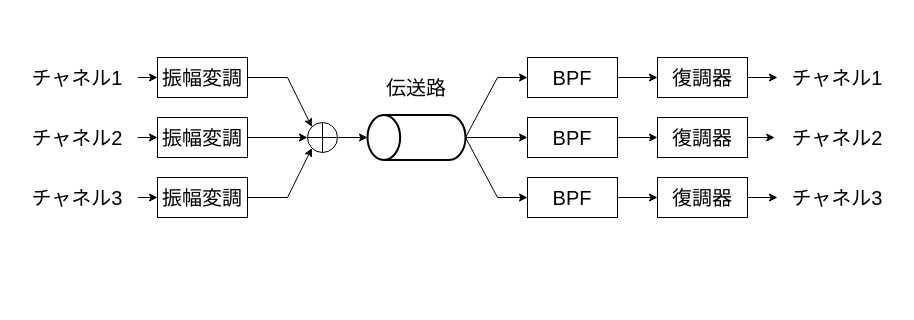
Before: docs/final-slide/assets/一次変調にAMを用いたときのFDMのブロック図.drawio in yudai0804/sotsuken, a draw.io diagram. Source tidied: cells renumbered, new cells numbered last; positions are measured from the earlier drawing's top-left corner, leaving out a move shared by most shapes. Both pictures are drawn from the tidied source at 100%, with x=0, y=0 at pixel (17, 57).
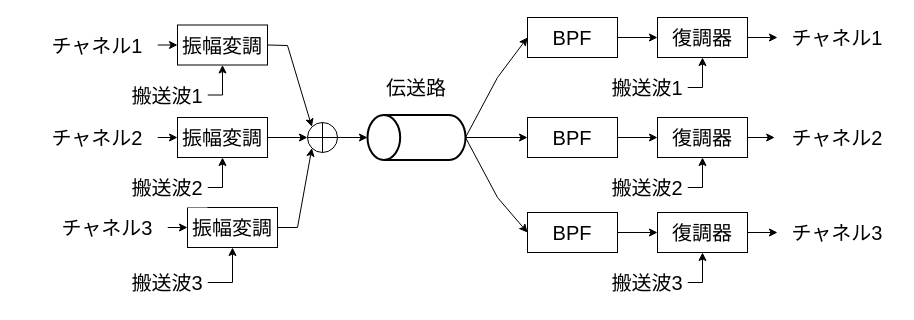
The same diagram, later.

Unchanged cells that the change refers to:
```xml
<mxCell id="13" style="shape=orEllipse;perimeter=ellipsePerimeter;whiteSpace=wrap;html=1;backgroundOutline=1;" parent="1" vertex="1">
  <mxGeometry x="290" y="65" width="30" height="30" as="geometry" />
</mxCell>
<mxCell id="26" value="&lt;span style=&quot;font-size: 20px;&quot;&gt;復調器&lt;/span&gt;" style="rounded=0;whiteSpace=wrap;html=1;strokeColor=default;" parent="1" vertex="1">
  <mxGeometry x="640" y="60" width="90" height="40" as="geometry" />
</mxCell>
```

The edit, as a diff of the source:
```diff
@@
     <mxCell id="3" value="&lt;font style=&quot;font-size: 20px;&quot;&gt;チャネル1&lt;/font&gt;" style="rounded=0;whiteSpace=wrap;html=1;strokeColor=none;" parent="1" vertex="1">
-      <mxGeometry width="120" height="40" as="geometry" />
+      <mxGeometry x="20" y="-32.5" width="120" height="40" as="geometry" />
     </mxCell>
@@
     <mxCell id="5" value="&lt;font style=&quot;font-size: 20px;&quot;&gt;チャネル2&lt;/font&gt;" style="rounded=0;whiteSpace=wrap;html=1;strokeColor=none;" parent="1" vertex="1">
-      <mxGeometry y="60" width="120" height="40" as="geometry" />
+      <mxGeometry x="20" y="60" width="120" height="40" as="geometry" />
     </mxCell>
@@
     <mxCell id="7" value="&lt;font style=&quot;font-size: 20px;&quot;&gt;チャネル3&lt;/font&gt;" style="rounded=0;whiteSpace=wrap;html=1;strokeColor=none;" parent="1" vertex="1">
-      <mxGeometry y="120" width="120" height="40" as="geometry" />
+      <mxGeometry x="30" y="150" width="120" height="40" as="geometry" />
     </mxCell>
     <mxCell id="8" style="rounded=0;jettySize=auto;html=1;exitX=1;exitY=0.5;exitDx=0;exitDy=0;entryX=0;entryY=0;entryDx=0;entryDy=0;" parent="1" edge="1" source="9" target="13">
       <mxGeometry relative="1" as="geometry">
         <Array as="points">
-          <mxPoint x="270" y="20" />
+          <mxPoint x="270" y="-12" />
         </Array>
       </mxGeometry>
     </mxCell>
     <mxCell id="9" value="&lt;span style=&quot;font-size: 20px;&quot;&gt;振幅変調&lt;/span&gt;" style="rounded=0;whiteSpace=wrap;html=1;strokeColor=default;" parent="1" vertex="1">
-      <mxGeometry x="140" width="90" height="40" as="geometry" />
+      <mxGeometry x="160" y="-32.5" width="90" height="40" as="geometry" />
     </mxCell>
     <mxCell id="10" value="&lt;span style=&quot;font-size: 20px;&quot;&gt;振幅変調&lt;/span&gt;" style="rounded=0;whiteSpace=wrap;html=1;strokeColor=default;" parent="1" vertex="1">
-      <mxGeometry x="140" y="60" width="90" height="40" as="geometry" />
+      <mxGeometry x="160" y="60" width="90" height="40" as="geometry" />
     </mxCell>
     <mxCell id="11" style="rounded=0;jettySize=auto;html=1;exitX=1;exitY=0.5;exitDx=0;exitDy=0;entryX=0;entryY=1;entryDx=0;entryDy=0;" parent="1" edge="1" source="12" target="13">
       <mxGeometry relative="1" as="geometry">
         <Array as="points">
-          <mxPoint x="270" y="140" />
+          <mxPoint x="280" y="170" />
         </Array>
       </mxGeometry>
     </mxCell>
     <mxCell id="12" value="&lt;span style=&quot;font-size: 20px;&quot;&gt;振幅変調&lt;/span&gt;" style="rounded=0;whiteSpace=wrap;html=1;strokeColor=default;" parent="1" vertex="1">
-      <mxGeometry x="140" y="120" width="90" height="40" as="geometry" />
+      <mxGeometry x="170" y="150" width="90" height="40" as="geometry" />
     </mxCell>
@@
     <mxCell id="18" value="&lt;span style=&quot;font-size: 20px;&quot;&gt;BPF&lt;/span&gt;" style="rounded=0;whiteSpace=wrap;html=1;strokeColor=default;" parent="1" vertex="1">
-      <mxGeometry x="510" width="90" height="40" as="geometry" />
+      <mxGeometry x="510" y="-40" width="90" height="40" as="geometry" />
     </mxCell>
@@
     <mxCell id="22" value="&lt;span style=&quot;font-size: 20px;&quot;&gt;BPF&lt;/span&gt;" style="rounded=0;whiteSpace=wrap;html=1;strokeColor=default;" parent="1" vertex="1">
-      <mxGeometry x="510" y="120" width="90" height="40" as="geometry" />
+      <mxGeometry x="510" y="155" width="90" height="40" as="geometry" />
     </mxCell>
@@
     <mxCell id="24" value="&lt;span style=&quot;font-size: 20px;&quot;&gt;復調器&lt;/span&gt;" style="rounded=0;whiteSpace=wrap;html=1;strokeColor=default;" parent="1" vertex="1">
-      <mxGeometry x="640" width="90" height="40" as="geometry" />
+      <mxGeometry x="640" y="-40" width="90" height="40" as="geometry" />
     </mxCell>
@@
     <mxCell id="28" value="&lt;span style=&quot;font-size: 20px;&quot;&gt;復調器&lt;/span&gt;" style="rounded=0;whiteSpace=wrap;html=1;strokeColor=default;" parent="1" vertex="1">
-      <mxGeometry x="640" y="120" width="90" height="40" as="geometry" />
+      <mxGeometry x="640" y="155" width="90" height="40" as="geometry" />
     </mxCell>
     <mxCell id="29" value="&lt;font style=&quot;font-size: 20px;&quot;&gt;チャネル1&lt;/font&gt;" style="rounded=0;whiteSpace=wrap;html=1;strokeColor=none;" parent="1" vertex="1">
-      <mxGeometry x="760" width="120" height="40" as="geometry" />
+      <mxGeometry x="760" y="-40" width="120" height="40" as="geometry" />
     </mxCell>
@@
     <mxCell id="31" value="&lt;font style=&quot;font-size: 20px;&quot;&gt;チャネル3&lt;/font&gt;" style="rounded=0;whiteSpace=wrap;html=1;strokeColor=none;" parent="1" vertex="1">
-      <mxGeometry x="760" y="120" width="120" height="40" as="geometry" />
+      <mxGeometry x="760" y="155" width="120" height="40" as="geometry" />
     </mxCell>
@@
+    <mxCell id="36" style="edgeStyle=orthogonalEdgeStyle;rounded=0;jettySize=auto;html=1;exitX=1;exitY=0.5;exitDx=0;exitDy=0;entryX=0.5;entryY=1;entryDx=0;entryDy=0;" parent="1" edge="1" source="37" target="9">
+      <mxGeometry relative="1" as="geometry" />
+    </mxCell>
+    <mxCell id="37" value="&lt;span style=&quot;font-size: 20px;&quot;&gt;搬送波1&lt;/span&gt;" style="rounded=0;whiteSpace=wrap;html=1;strokeColor=none;" parent="1" vertex="1">
+      <mxGeometry x="110" y="17.5" width="80" height="40" as="geometry" />
+    </mxCell>
+    <mxCell id="38" style="edgeStyle=orthogonalEdgeStyle;rounded=0;jettySize=auto;html=1;exitX=1;exitY=0.5;exitDx=0;exitDy=0;entryX=0.5;entryY=1;entryDx=0;entryDy=0;" parent="1" edge="1" source="39" target="10">
+      <mxGeometry relative="1" as="geometry" />
+    </mxCell>
+    <mxCell id="39" value="&lt;span style=&quot;font-size: 20px;&quot;&gt;搬送波2&lt;/span&gt;" style="rounded=0;whiteSpace=wrap;html=1;strokeColor=none;" parent="1" vertex="1">
+      <mxGeometry x="110" y="110" width="80" height="40" as="geometry" />
+    </mxCell>
+    <mxCell id="40" style="edgeStyle=orthogonalEdgeStyle;rounded=0;jettySize=auto;html=1;exitX=1;exitY=0.5;exitDx=0;exitDy=0;entryX=0.5;entryY=1;entryDx=0;entryDy=0;" parent="1" edge="1" source="41" target="12">
+      <mxGeometry relative="1" as="geometry" />
+    </mxCell>
+    <mxCell id="41" value="&lt;span style=&quot;font-size: 20px;&quot;&gt;搬送波3&lt;/span&gt;" style="rounded=0;whiteSpace=wrap;html=1;strokeColor=none;" parent="1" vertex="1">
+      <mxGeometry x="110" y="205" width="80" height="40" as="geometry" />
+    </mxCell>
+    <mxCell id="42" style="edgeStyle=orthogonalEdgeStyle;rounded=0;jettySize=auto;html=1;exitX=1;exitY=0.5;exitDx=0;exitDy=0;entryX=0.5;entryY=1;entryDx=0;entryDy=0;" parent="1" edge="1" source="43" target="24">
+      <mxGeometry relative="1" as="geometry" />
+    </mxCell>
+    <mxCell id="43" value="&lt;span style=&quot;font-size: 20px;&quot;&gt;搬送波1&lt;/span&gt;" style="rounded=0;whiteSpace=wrap;html=1;strokeColor=none;" parent="1" vertex="1">
+      <mxGeometry x="590" y="10" width="80" height="40" as="geometry" />
+    </mxCell>
+    <mxCell id="44" style="edgeStyle=orthogonalEdgeStyle;rounded=0;jettySize=auto;html=1;exitX=1;exitY=0.5;exitDx=0;exitDy=0;entryX=0.5;entryY=1;entryDx=0;entryDy=0;" parent="1" edge="1" source="45" target="26">
+      <mxGeometry relative="1" as="geometry" />
+    </mxCell>
+    <mxCell id="45" value="&lt;span style=&quot;font-size: 20px;&quot;&gt;搬送波2&lt;/span&gt;" style="rounded=0;whiteSpace=wrap;html=1;strokeColor=none;" parent="1" vertex="1">
+      <mxGeometry x="590" y="110" width="80" height="40" as="geometry" />
+    </mxCell>
+    <mxCell id="46" style="edgeStyle=orthogonalEdgeStyle;rounded=0;jettySize=auto;html=1;exitX=1;exitY=0.5;exitDx=0;exitDy=0;entryX=0.5;entryY=1;entryDx=0;entryDy=0;" parent="1" edge="1" source="47" target="28">
+      <mxGeometry relative="1" as="geometry" />
+    </mxCell>
+    <mxCell id="47" value="&lt;span style=&quot;font-size: 20px;&quot;&gt;搬送波3&lt;/span&gt;" style="rounded=0;whiteSpace=wrap;html=1;strokeColor=none;" parent="1" vertex="1">
+      <mxGeometry x="590" y="205" width="80" height="40" as="geometry" />
+    </mxCell>
```
